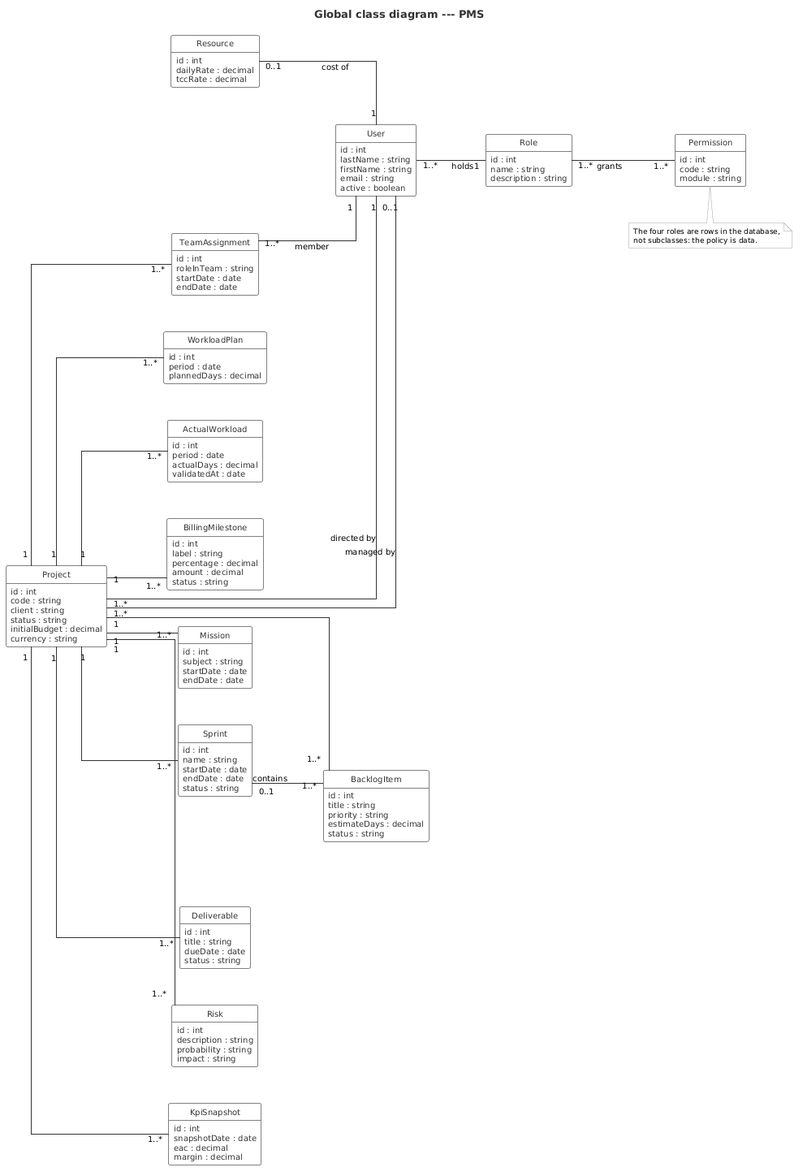
The PlantUML diagram report/Rapport PFE TEKUP LATEX/img/class_global_simple.png in mazenrakrouki/tekup-pms-platform, before a commit.
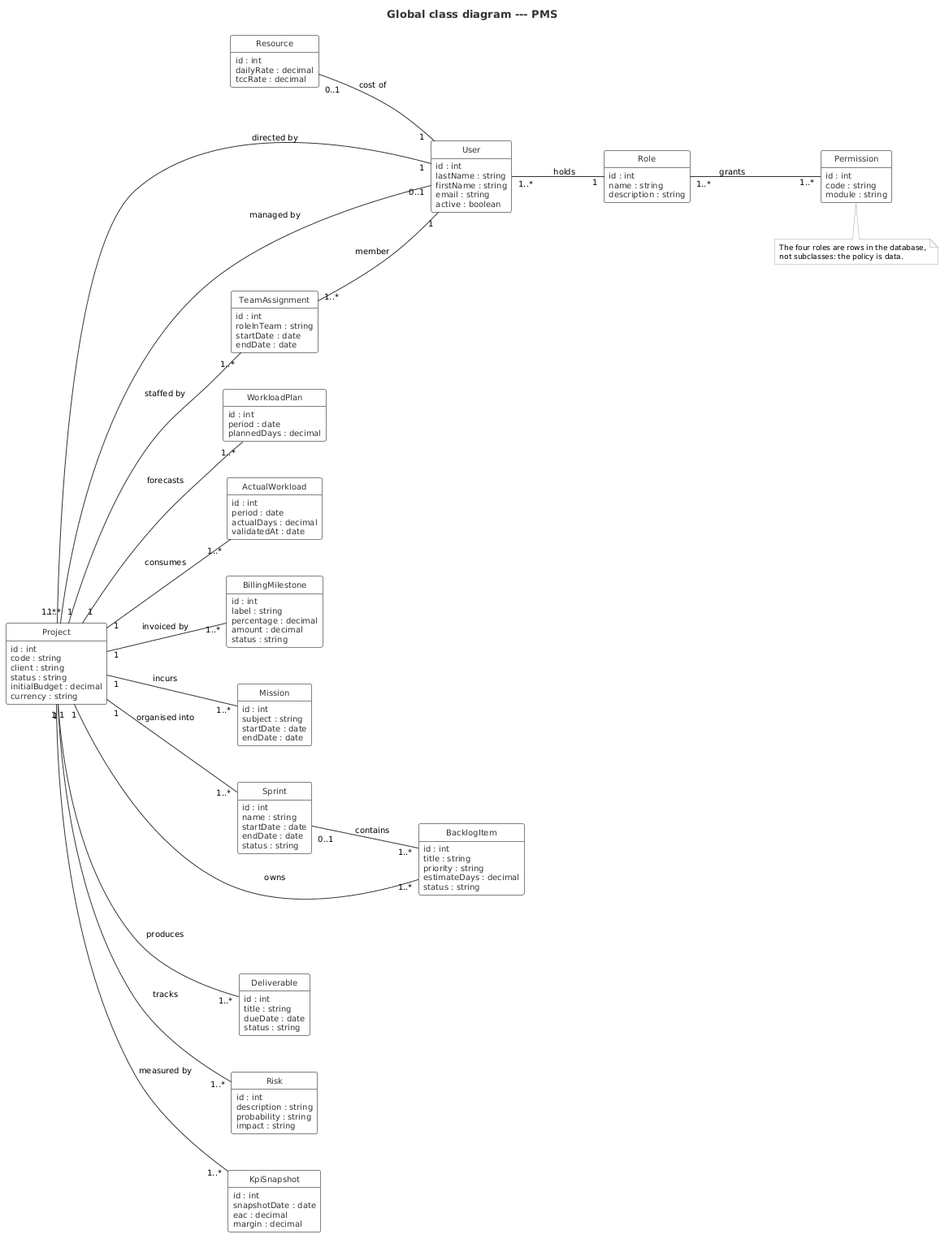
After the change.

Commit message:
Label every association in the global class diagram

Diff of the diagram source:
```diff
@@ -4,7 +4,6 @@
 left to right direction
 
 skinparam shadowing false
-skinparam linetype ortho
 skinparam nodesep 45
 skinparam ranksep 70
 skinparam class {
@@ -151,16 +150,16 @@
 Project "1..*" -- "0..1" User : managed by
 TeamAssignment "1..*" -- "1" User : member
 
-Project "1" -- "1..*" TeamAssignment
-Project "1" -- "1..*" WorkloadPlan
-Project "1" -- "1..*" ActualWorkload
-Project "1" -- "1..*" BillingMilestone
-Project "1" -- "1..*" Mission
-Project "1" -- "1..*" Sprint
-Project "1" -- "1..*" BacklogItem
-Project "1" -- "1..*" Deliverable
-Project "1" -- "1..*" Risk
-Project "1" -- "1..*" KpiSnapshot
+Project "1" -- "1..*" TeamAssignment : staffed by
+Project "1" -- "1..*" WorkloadPlan : forecasts
+Project "1" -- "1..*" ActualWorkload : consumes
+Project "1" -- "1..*" BillingMilestone : invoiced by
+Project "1" -- "1..*" Mission : incurs
+Project "1" -- "1..*" Sprint : organised into
+Project "1" -- "1..*" BacklogItem : owns
+Project "1" -- "1..*" Deliverable : produces
+Project "1" -- "1..*" Risk : tracks
+Project "1" -- "1..*" KpiSnapshot : measured by
 
 Sprint "0..1" -- "1..*" BacklogItem : contains
 
```
